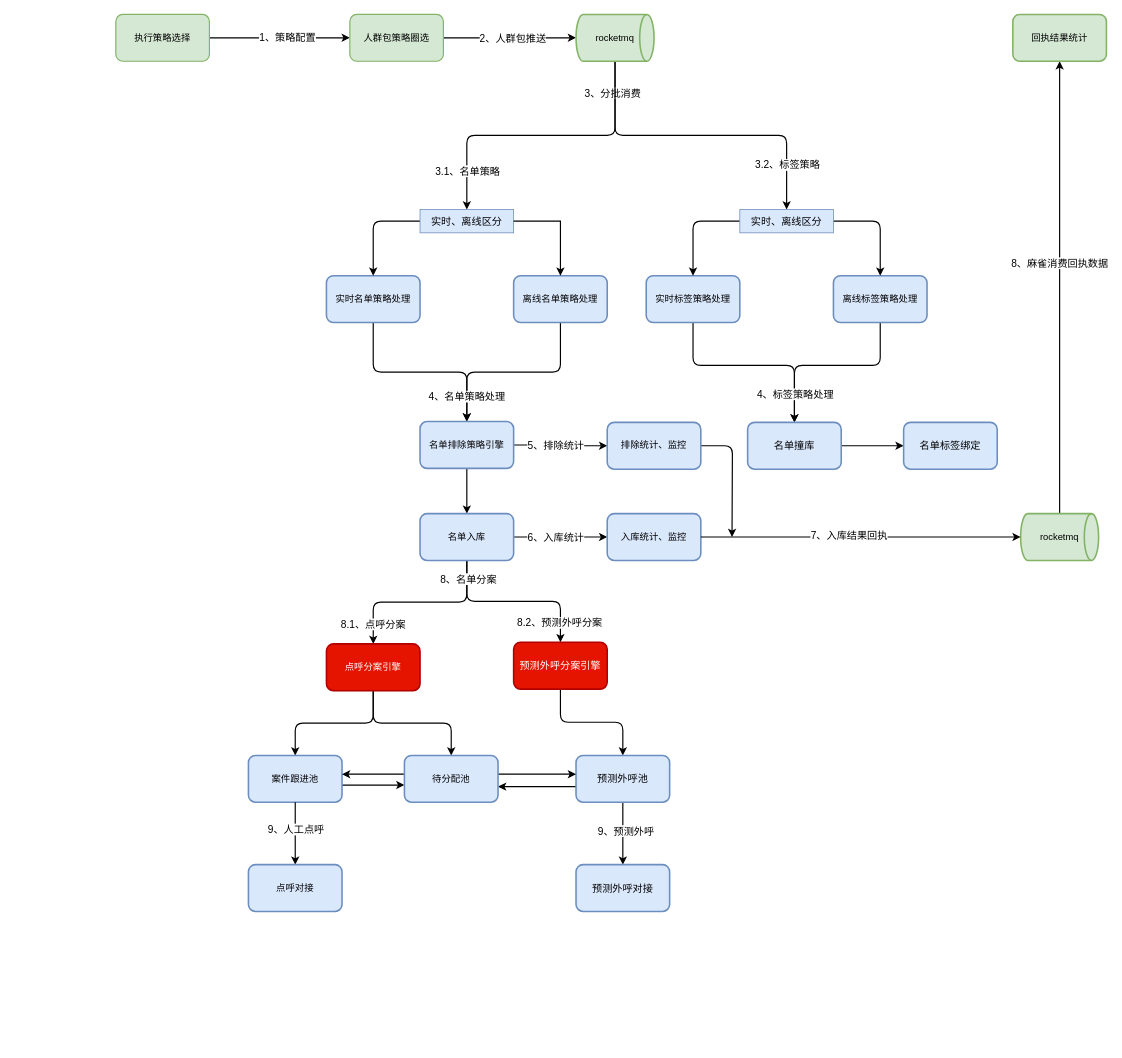
This is 电销系统运行架构图.drawio from yuanlj-tea/picgo, a draw.io file, before an edit. Source tidied: cells renumbered, new cells numbered last; positions are measured from the earlier drawing's top-left corner, leaving out a move shared by most shapes. Both pictures are drawn from the tidied source at 78%, with x=0, y=0 at pixel (115, 14).
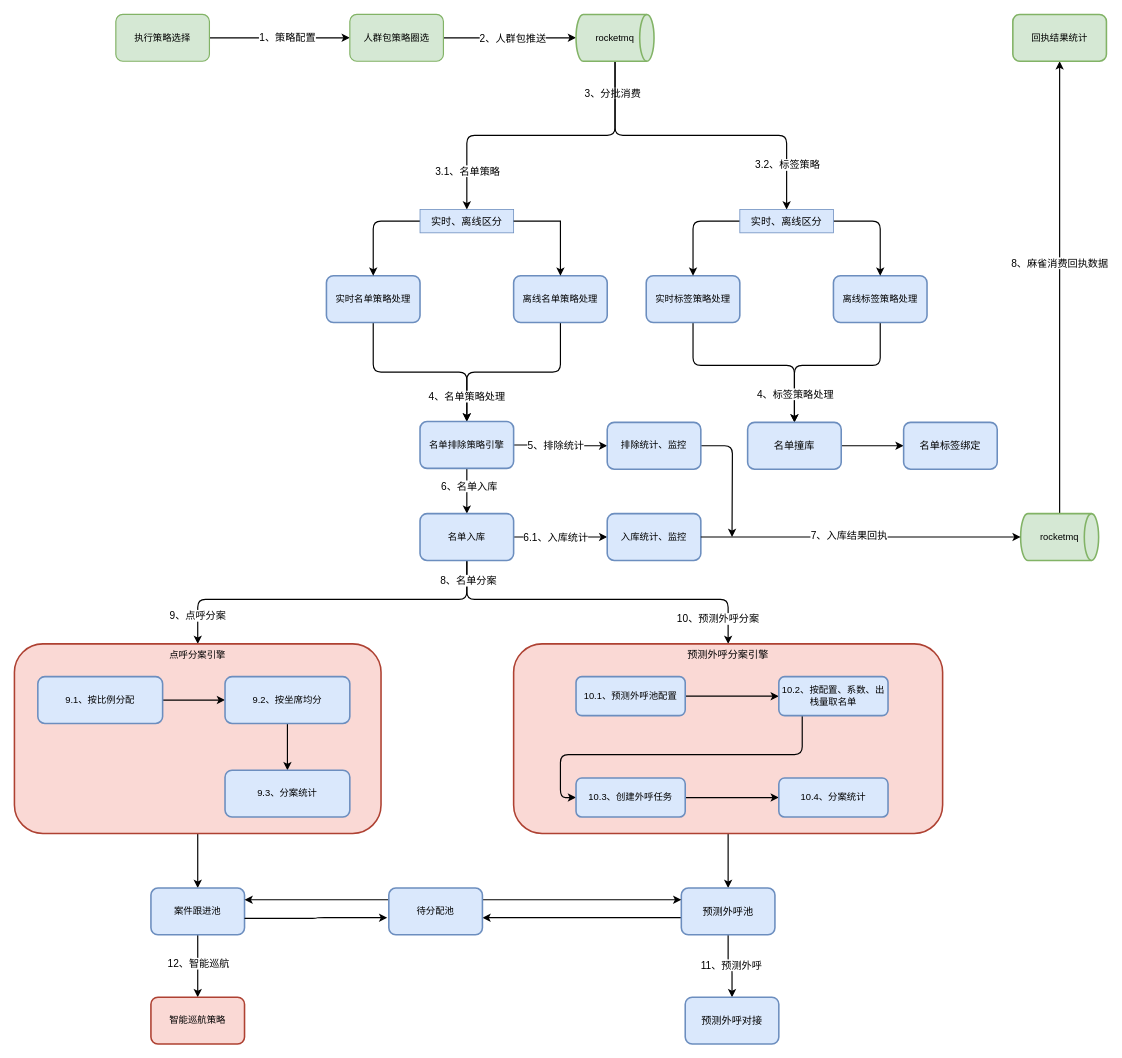
The same diagram, later.

Commit message (it also covers changes not shown here):
更新电销系统运行架构图.drawio

The change refers to these unchanged cells:
```xml
<mxCell id="34" style="edgeStyle=orthogonalEdgeStyle;shape=connector;rounded=1;jettySize=auto;html=1;labelBackgroundColor=default;strokeColor=default;strokeWidth=1.5;align=center;verticalAlign=middle;fontFamily=Helvetica;fontSize=13;fontColor=default;endArrow=classic;" parent="1" edge="1" source="35" target="45">
  <mxGeometry relative="1" as="geometry" />
</mxCell>
<mxCell id="38" style="edgeStyle=orthogonalEdgeStyle;shape=connector;rounded=1;jettySize=auto;html=1;labelBackgroundColor=default;strokeColor=default;strokeWidth=1.5;align=center;verticalAlign=middle;fontFamily=Helvetica;fontSize=13;fontColor=default;endArrow=classic;" parent="1" edge="1" source="45" target="46">
  <mxGeometry relative="1" as="geometry" />
</mxCell>
<mxCell id="45" value="名单入库" style="whiteSpace=wrap;html=1;fillColor=#dae8fc;strokeColor=#6c8ebf;strokeWidth=2;rounded=1;" parent="1" vertex="1">
  <mxGeometry x="390" y="640" width="120" height="60" as="geometry" />
</mxCell>
<mxCell id="59" style="edgeStyle=orthogonalEdgeStyle;shape=connector;rounded=1;jettySize=auto;html=1;labelBackgroundColor=default;strokeColor=default;strokeWidth=1.5;align=center;verticalAlign=middle;fontFamily=Helvetica;fontSize=13;fontColor=default;endArrow=classic;" parent="1" edge="1" source="62" target="71">
  <mxGeometry relative="1" as="geometry" />
</mxCell>
```

The edit, as a diff of the source:
```diff
@@
+    <mxCell id="72" value="6、名单入库" style="edgeLabel;html=1;align=center;verticalAlign=middle;fontSize=13;" parent="34" vertex="1">
+      <mxGeometry x="-0.24" y="2" relative="1" as="geometry" />
+    </mxCell>
@@
-    <mxCell id="39" value="6、入库统计" style="edgeLabel;html=1;align=center;verticalAlign=middle;fontSize=13;fontFamily=Helvetica;fontColor=default;" parent="38" vertex="1">
+    <mxCell id="39" value="6.1、入库统计" style="edgeLabel;html=1;align=center;verticalAlign=middle;fontSize=13;fontFamily=Helvetica;fontColor=default;" parent="38" vertex="1">
       <mxGeometry x="-0.12" relative="1" as="geometry" />
     </mxCell>
     <mxCell id="40" style="edgeStyle=orthogonalEdgeStyle;shape=connector;rounded=1;jettySize=auto;html=1;labelBackgroundColor=default;strokeColor=default;strokeWidth=1.5;align=center;verticalAlign=middle;fontFamily=Helvetica;fontSize=13;fontColor=default;endArrow=classic;" parent="1" edge="1" source="45" target="56">
-      <mxGeometry relative="1" as="geometry" />
+      <mxGeometry relative="1" as="geometry">
+        <Array as="points">
+          <mxPoint x="450" y="750" />
+          <mxPoint x="105" y="750" />
+        </Array>
+      </mxGeometry>
     </mxCell>
-    <mxCell id="41" value="8.1、点呼分案" style="edgeLabel;html=1;align=center;verticalAlign=middle;fontSize=13;fontFamily=Helvetica;fontColor=default;" parent="40" vertex="1">
-      <mxGeometry x="0.77" y="-1" relative="1" as="geometry" />
+    <mxCell id="41" value="9、点呼分案" style="edgeLabel;html=1;align=center;verticalAlign=middle;fontSize=13;fontFamily=Helvetica;fontColor=default;" parent="40" vertex="1">
+      <mxGeometry x="0.77" y="-1" relative="1" as="geometry">
+        <mxPoint y="15" as="offset" />
+      </mxGeometry>
     </mxCell>
     <mxCell id="42" style="edgeStyle=orthogonalEdgeStyle;shape=connector;rounded=1;jettySize=auto;html=1;labelBackgroundColor=default;strokeColor=default;strokeWidth=1.5;align=center;verticalAlign=middle;fontFamily=Helvetica;fontSize=13;fontColor=default;endArrow=classic;" parent="1" edge="1" source="45" target="58">
-      <mxGeometry relative="1" as="geometry" />
+      <mxGeometry relative="1" as="geometry">
+        <Array as="points">
+          <mxPoint x="450" y="750" />
+          <mxPoint x="785" y="750" />
+        </Array>
+      </mxGeometry>
     </mxCell>
     <mxCell id="43" value="8、名单分案" style="edgeLabel;html=1;align=center;verticalAlign=middle;fontSize=13;fontFamily=Helvetica;fontColor=default;" parent="42" vertex="1">
       <mxGeometry x="-0.87" y="1" relative="1" as="geometry">
-        <mxPoint y="8" as="offset" />
+        <mxPoint y="-4" as="offset" />
       </mxGeometry>
     </mxCell>
-    <mxCell id="44" value="8.2、预测外呼分案" style="edgeLabel;html=1;align=center;verticalAlign=middle;fontSize=13;fontFamily=Helvetica;fontColor=default;" parent="42" vertex="1">
+    <mxCell id="44" value="10、预测外呼分案" style="edgeLabel;html=1;align=center;verticalAlign=middle;fontSize=13;fontFamily=Helvetica;fontColor=default;" parent="42" vertex="1">
       <mxGeometry x="0.68" y="-2" relative="1" as="geometry">
-        <mxPoint y="10" as="offset" />
+        <mxPoint y="22" as="offset" />
       </mxGeometry>
     </mxCell>
@@
-    <mxCell id="55" style="edgeStyle=orthogonalEdgeStyle;shape=connector;rounded=1;jettySize=auto;html=1;labelBackgroundColor=default;strokeColor=default;strokeWidth=1.5;align=center;verticalAlign=middle;fontFamily=Helvetica;fontSize=13;fontColor=default;endArrow=classic;" parent="1" edge="1" source="56" target="69">
-      <mxGeometry relative="1" as="geometry" />
-    </mxCell>
-    <mxCell id="56" value="点呼分案引擎" style="whiteSpace=wrap;html=1;fillColor=#e51400;strokeColor=#B20000;strokeWidth=2;rounded=1;fontColor=#ffffff;" parent="1" vertex="1">
-      <mxGeometry x="270" y="807" width="120" height="60" as="geometry" />
+    <mxCell id="56" value="点呼分案引擎" style="whiteSpace=wrap;html=1;fillColor=#fad9d5;strokeColor=#ae4132;strokeWidth=2;rounded=1;verticalAlign=top;" parent="1" vertex="1">
+      <mxGeometry x="-130" y="807" width="470" height="243" as="geometry" />
     </mxCell>
-    <mxCell id="57" style="edgeStyle=orthogonalEdgeStyle;shape=connector;rounded=1;jettySize=auto;html=1;labelBackgroundColor=default;strokeColor=default;strokeWidth=1.5;align=center;verticalAlign=middle;fontFamily=Helvetica;fontSize=13;fontColor=default;endArrow=classic;" parent="1" edge="1" source="58" target="62">
+    <mxCell id="57" style="edgeStyle=orthogonalEdgeStyle;shape=connector;rounded=1;jettySize=auto;html=1;entryX=0.5;entryY=0;entryDx=0;entryDy=0;labelBackgroundColor=default;strokeColor=default;strokeWidth=1.5;align=center;verticalAlign=middle;fontFamily=Helvetica;fontSize=13;fontColor=default;endArrow=classic;" parent="1" edge="1" source="58" target="62">
       <mxGeometry relative="1" as="geometry" />
     </mxCell>
-    <mxCell id="58" value="预测外呼分案引擎" style="whiteSpace=wrap;html=1;fillColor=#e51400;strokeColor=#B20000;strokeWidth=2;rounded=1;labelBackgroundColor=none;align=center;verticalAlign=middle;fontFamily=Helvetica;fontSize=13;fontColor=#ffffff;" parent="1" vertex="1">
-      <mxGeometry x="510" y="805" width="120" height="60" as="geometry" />
+    <mxCell id="58" value="预测外呼分案引擎" style="whiteSpace=wrap;html=1;fillColor=#fad9d5;strokeColor=#ae4132;strokeWidth=2;rounded=1;labelBackgroundColor=none;align=center;verticalAlign=top;fontFamily=Helvetica;fontSize=13;" parent="1" vertex="1">
+      <mxGeometry x="510" y="807" width="550" height="243" as="geometry" />
     </mxCell>
@@
-    <mxCell id="60" value="9、预测外呼" style="edgeLabel;html=1;align=center;verticalAlign=middle;fontSize=13;fontFamily=Helvetica;fontColor=default;" parent="59" vertex="1">
+    <mxCell id="60" value="11、预测外呼" style="edgeLabel;html=1;align=center;verticalAlign=middle;fontSize=13;fontFamily=Helvetica;fontColor=default;" parent="59" vertex="1">
       <mxGeometry x="-0.17" y="3" relative="1" as="geometry">
         <mxPoint y="3" as="offset" />
       </mxGeometry>
     </mxCell>
-    <mxCell id="61" style="edgeStyle=orthogonalEdgeStyle;shape=connector;rounded=1;orthogonalLoop=1;jettySize=auto;html=1;entryX=1;entryY=0.75;entryDx=0;entryDy=0;labelBackgroundColor=default;strokeColor=default;strokeWidth=1.5;align=center;verticalAlign=middle;fontFamily=Helvetica;fontSize=13;fontColor=default;endArrow=classic;" parent="1" edge="1">
+    <mxCell id="61" style="edgeStyle=orthogonalEdgeStyle;shape=connector;rounded=1;orthogonalLoop=1;jettySize=auto;html=1;entryX=1;entryY=0.75;entryDx=0;entryDy=0;labelBackgroundColor=default;strokeColor=default;strokeWidth=1.5;align=center;verticalAlign=middle;fontFamily=Helvetica;fontSize=13;fontColor=default;endArrow=classic;exitX=0;exitY=0.75;exitDx=0;exitDy=0;" parent="1" edge="1">
       <mxGeometry relative="1" as="geometry">
-        <mxPoint x="590" y="990" as="sourcePoint" />
-        <mxPoint x="490" y="990" as="targetPoint" />
+        <mxPoint x="725" y="1158" as="sourcePoint" />
+        <mxPoint x="470" y="1158" as="targetPoint" />
         <Array as="points">
-          <mxPoint x="570" y="990" />
-          <mxPoint x="570" y="990" />
+          <mxPoint x="600" y="1158" />
+          <mxPoint x="600" y="1158" />
         </Array>
       </mxGeometry>
     </mxCell>
     <mxCell id="62" value="预测外呼池" style="whiteSpace=wrap;html=1;fillColor=#dae8fc;strokeColor=#6c8ebf;strokeWidth=2;rounded=1;labelBackgroundColor=none;align=center;verticalAlign=middle;fontFamily=Helvetica;fontSize=13;" parent="1" vertex="1">
-      <mxGeometry x="590" y="950" width="120" height="60" as="geometry" />
+      <mxGeometry x="725" y="1120" width="120" height="60" as="geometry" />
     </mxCell>
-    <mxCell id="63" style="edgeStyle=orthogonalEdgeStyle;shape=connector;rounded=1;orthogonalLoop=1;jettySize=auto;html=1;entryX=0;entryY=0.5;entryDx=0;entryDy=0;labelBackgroundColor=default;strokeColor=default;strokeWidth=1.5;align=center;verticalAlign=middle;fontFamily=Helvetica;fontSize=13;fontColor=default;endArrow=classic;" parent="1" edge="1">
-      <mxGeometry relative="1" as="geometry">
-        <mxPoint x="290" y="988" as="sourcePoint" />
-        <mxPoint x="370" y="988" as="targetPoint" />
-      </mxGeometry>
-    </mxCell>
+    <mxCell id="73" style="edgeStyle=orthogonalEdgeStyle;shape=connector;rounded=1;jettySize=auto;html=1;labelBackgroundColor=default;strokeColor=default;strokeWidth=1.5;align=center;verticalAlign=middle;fontFamily=Helvetica;fontSize=13;fontColor=default;endArrow=classic;" parent="1" edge="1" source="64" target="88">
+      <mxGeometry relative="1" as="geometry" />
+    </mxCell>
+    <mxCell id="74" value="12、智能巡航" style="edgeLabel;html=1;align=center;verticalAlign=middle;fontSize=13;fontFamily=Helvetica;fontColor=default;" parent="73" vertex="1">
+      <mxGeometry x="-0.1" relative="1" as="geometry" />
+    </mxCell>
     <mxCell id="64" value="案件跟进池" style="whiteSpace=wrap;html=1;fillColor=#dae8fc;strokeColor=#6c8ebf;strokeWidth=2;rounded=1;" parent="1" vertex="1">
-      <mxGeometry x="170" y="950" width="120" height="60" as="geometry" />
+      <mxGeometry x="45" y="1120" width="120" height="60" as="geometry" />
     </mxCell>
-    <mxCell id="65" style="edgeStyle=orthogonalEdgeStyle;shape=connector;rounded=1;jettySize=auto;html=1;labelBackgroundColor=default;strokeColor=default;strokeWidth=1.5;align=center;verticalAlign=middle;fontFamily=Helvetica;fontSize=13;fontColor=default;endArrow=classic;exitX=0.5;exitY=1;exitDx=0;exitDy=0;" parent="1" edge="1" source="64" target="70">
-      <mxGeometry relative="1" as="geometry">
-        <Array as="points">
-          <mxPoint x="230" y="1030" />
-          <mxPoint x="230" y="1030" />
-        </Array>
-      </mxGeometry>
-    </mxCell>
-    <mxCell id="66" value="9、人工点呼" style="edgeLabel;html=1;align=center;verticalAlign=middle;fontSize=13;fontFamily=Helvetica;fontColor=default;" parent="65" vertex="1">
-      <mxGeometry x="-0.2" y="-1" relative="1" as="geometry">
-        <mxPoint x="1" y="2" as="offset" />
-      </mxGeometry>
-    </mxCell>
-    <mxCell id="67" style="edgeStyle=orthogonalEdgeStyle;shape=connector;rounded=1;orthogonalLoop=1;jettySize=auto;html=1;entryX=1;entryY=0.5;entryDx=0;entryDy=0;labelBackgroundColor=default;strokeColor=default;strokeWidth=1.5;align=center;verticalAlign=middle;fontFamily=Helvetica;fontSize=13;fontColor=default;endArrow=classic;" parent="1" edge="1">
-      <mxGeometry relative="1" as="geometry">
-        <mxPoint x="370" y="974" as="sourcePoint" />
-        <mxPoint x="290" y="974" as="targetPoint" />
-      </mxGeometry>
+    <mxCell id="67" style="edgeStyle=orthogonalEdgeStyle;shape=connector;rounded=1;jettySize=auto;html=1;entryX=1;entryY=0.25;entryDx=0;entryDy=0;labelBackgroundColor=default;strokeColor=default;strokeWidth=1.5;align=center;verticalAlign=middle;fontFamily=Helvetica;fontSize=13;fontColor=default;endArrow=classic;exitX=0;exitY=0.25;exitDx=0;exitDy=0;" parent="1" edge="1" source="69" target="64">
+      <mxGeometry relative="1" as="geometry" />
     </mxCell>
-    <mxCell id="68" style="edgeStyle=orthogonalEdgeStyle;shape=connector;rounded=1;orthogonalLoop=1;jettySize=auto;html=1;entryX=0;entryY=0.5;entryDx=0;entryDy=0;labelBackgroundColor=default;strokeColor=default;strokeWidth=1.5;align=center;verticalAlign=middle;fontFamily=Helvetica;fontSize=13;fontColor=default;endArrow=classic;" parent="1" edge="1">
-      <mxGeometry relative="1" as="geometry">
-        <mxPoint x="490" y="974" as="sourcePoint" />
-        <mxPoint x="590" y="974" as="targetPoint" />
-      </mxGeometry>
+    <mxCell id="68" style="edgeStyle=orthogonalEdgeStyle;shape=connector;rounded=1;jettySize=auto;html=1;entryX=0;entryY=0.25;entryDx=0;entryDy=0;labelBackgroundColor=default;strokeColor=default;strokeWidth=1.5;align=center;verticalAlign=middle;fontFamily=Helvetica;fontSize=13;fontColor=default;endArrow=classic;exitX=1;exitY=0.25;exitDx=0;exitDy=0;" parent="1" edge="1" source="69" target="62">
+      <mxGeometry relative="1" as="geometry" />
     </mxCell>
     <mxCell id="69" value="待分配池" style="whiteSpace=wrap;html=1;fillColor=#dae8fc;strokeColor=#6c8ebf;strokeWidth=2;rounded=1;" parent="1" vertex="1">
-      <mxGeometry x="370" y="950" width="120" height="60" as="geometry" />
+      <mxGeometry x="350" y="1120" width="120" height="60" as="geometry" />
     </mxCell>
-    <mxCell id="70" value="点呼对接" style="whiteSpace=wrap;html=1;fillColor=#dae8fc;strokeColor=#6c8ebf;strokeWidth=2;rounded=1;" parent="1" vertex="1">
-      <mxGeometry x="170" y="1090" width="120" height="60" as="geometry" />
-    </mxCell>
     <mxCell id="71" value="预测外呼对接" style="whiteSpace=wrap;html=1;fillColor=#dae8fc;strokeColor=#6c8ebf;strokeWidth=2;rounded=1;labelBackgroundColor=none;align=center;verticalAlign=middle;fontFamily=Helvetica;fontSize=13;" parent="1" vertex="1">
-      <mxGeometry x="590" y="1090" width="120" height="60" as="geometry" />
+      <mxGeometry x="730" y="1260" width="120" height="60" as="geometry" />
     </mxCell>
+    <mxCell id="75" style="edgeStyle=orthogonalEdgeStyle;shape=connector;rounded=1;jettySize=auto;html=1;entryX=0;entryY=0.5;entryDx=0;entryDy=0;labelBackgroundColor=default;strokeColor=default;strokeWidth=1.5;align=center;verticalAlign=middle;fontFamily=Helvetica;fontSize=13;fontColor=default;endArrow=classic;" parent="1" edge="1" source="76" target="78">
+      <mxGeometry relative="1" as="geometry" />
+    </mxCell>
+    <mxCell id="76" value="9.1、按比例分配" style="whiteSpace=wrap;html=1;fillColor=#dae8fc;strokeColor=#6c8ebf;strokeWidth=2;rounded=1;" parent="1" vertex="1">
+      <mxGeometry x="-100" y="849" width="160" height="60" as="geometry" />
+    </mxCell>
+    <mxCell id="77" style="edgeStyle=orthogonalEdgeStyle;shape=connector;rounded=1;jettySize=auto;html=1;labelBackgroundColor=default;strokeColor=default;strokeWidth=1.5;align=center;verticalAlign=middle;fontFamily=Helvetica;fontSize=13;fontColor=default;endArrow=classic;" parent="1" edge="1" source="78" target="87">
+      <mxGeometry relative="1" as="geometry" />
+    </mxCell>
+    <mxCell id="78" value="9.2、按坐席均分" style="whiteSpace=wrap;html=1;fillColor=#dae8fc;strokeColor=#6c8ebf;strokeWidth=2;rounded=1;" parent="1" vertex="1">
+      <mxGeometry x="140" y="849" width="160" height="60" as="geometry" />
+    </mxCell>
+    <mxCell id="79" style="edgeStyle=orthogonalEdgeStyle;shape=connector;rounded=1;jettySize=auto;html=1;entryX=0;entryY=0.5;entryDx=0;entryDy=0;labelBackgroundColor=default;strokeColor=default;strokeWidth=1.5;align=center;verticalAlign=middle;fontFamily=Helvetica;fontSize=13;fontColor=default;endArrow=classic;" parent="1" edge="1" source="80" target="82">
+      <mxGeometry relative="1" as="geometry" />
+    </mxCell>
+    <mxCell id="80" value="10.1、预测外呼池配置" style="whiteSpace=wrap;html=1;fillColor=#dae8fc;strokeColor=#6c8ebf;strokeWidth=2;rounded=1;" parent="1" vertex="1">
+      <mxGeometry x="590" y="849" width="140" height="50" as="geometry" />
+    </mxCell>
+    <mxCell id="81" style="edgeStyle=orthogonalEdgeStyle;shape=connector;rounded=1;jettySize=auto;html=1;entryX=0;entryY=0.5;entryDx=0;entryDy=0;labelBackgroundColor=default;strokeColor=default;strokeWidth=1.5;align=center;verticalAlign=middle;fontFamily=Helvetica;fontSize=13;fontColor=default;endArrow=classic;" parent="1" edge="1" source="82" target="84">
+      <mxGeometry relative="1" as="geometry">
+        <Array as="points">
+          <mxPoint x="880" y="949" />
+          <mxPoint x="570" y="949" />
+          <mxPoint x="570" y="1004" />
+        </Array>
+      </mxGeometry>
+    </mxCell>
+    <mxCell id="82" value="10.2、按配置、系数、出栈量取名单" style="whiteSpace=wrap;html=1;fillColor=#dae8fc;strokeColor=#6c8ebf;strokeWidth=2;rounded=1;" parent="1" vertex="1">
+      <mxGeometry x="850" y="849" width="140" height="50" as="geometry" />
+    </mxCell>
+    <mxCell id="83" style="edgeStyle=orthogonalEdgeStyle;shape=connector;rounded=1;jettySize=auto;html=1;entryX=0;entryY=0.5;entryDx=0;entryDy=0;labelBackgroundColor=default;strokeColor=default;strokeWidth=1.5;align=center;verticalAlign=middle;fontFamily=Helvetica;fontSize=13;fontColor=default;endArrow=classic;" parent="1" edge="1" source="84" target="85">
+      <mxGeometry relative="1" as="geometry" />
+    </mxCell>
+    <mxCell id="84" value="10.3、创建外呼任务" style="whiteSpace=wrap;html=1;fillColor=#dae8fc;strokeColor=#6c8ebf;strokeWidth=2;rounded=1;" parent="1" vertex="1">
+      <mxGeometry x="590" y="979" width="140" height="50" as="geometry" />
+    </mxCell>
+    <mxCell id="85" value="10.4、分案统计" style="whiteSpace=wrap;html=1;fillColor=#dae8fc;strokeColor=#6c8ebf;strokeWidth=2;rounded=1;" parent="1" vertex="1">
+      <mxGeometry x="850" y="979" width="140" height="50" as="geometry" />
+    </mxCell>
+    <mxCell id="86" style="edgeStyle=orthogonalEdgeStyle;shape=connector;rounded=1;jettySize=auto;html=1;entryX=-0.017;entryY=0.633;entryDx=0;entryDy=0;labelBackgroundColor=default;strokeColor=default;strokeWidth=1.5;align=center;verticalAlign=middle;fontFamily=Helvetica;fontSize=13;fontColor=default;endArrow=classic;exitX=1;exitY=0.65;exitDx=0;exitDy=0;exitPerimeter=0;entryPerimeter=0;" parent="1" edge="1" source="64" target="69">
+      <mxGeometry relative="1" as="geometry" />
+    </mxCell>
+    <mxCell id="87" value="9.3、分案统计" style="whiteSpace=wrap;html=1;fillColor=#dae8fc;strokeColor=#6c8ebf;strokeWidth=2;rounded=1;" parent="1" vertex="1">
+      <mxGeometry x="140" y="969" width="160" height="60" as="geometry" />
+    </mxCell>
+    <mxCell id="88" value="智能巡航策略" style="whiteSpace=wrap;html=1;fillColor=#fad9d5;strokeColor=#ae4132;strokeWidth=2;rounded=1;" parent="1" vertex="1">
+      <mxGeometry x="45" y="1260" width="120" height="60" as="geometry" />
+    </mxCell>
```
